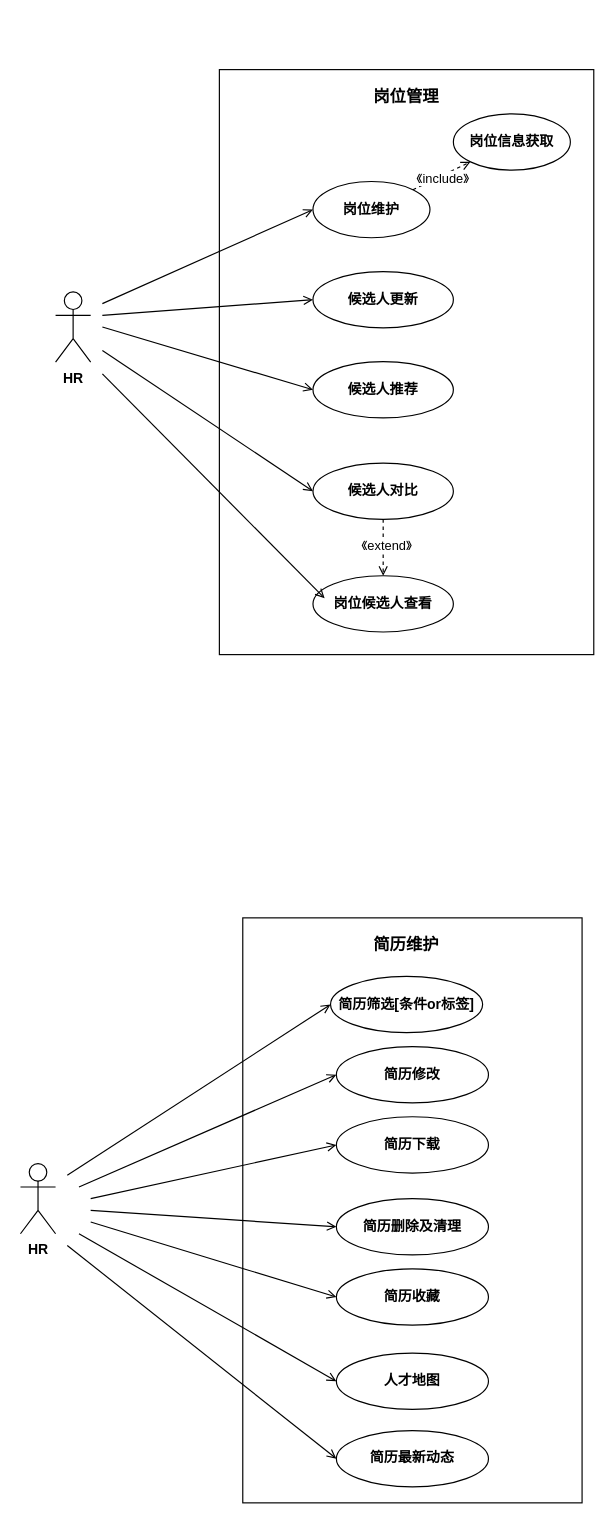
Earlier version of the draw.io diagram page "第 1 页" (1 of 7) of 毕设用例图.drawio (beyondgogogo/Graph). Source tidied: cells renumbered, new cells numbered last; positions are measured from the earlier drawing's top-left corner, leaving out a move shared by most shapes. Both pictures are drawn from the tidied source at 117%, with x=0, y=0 at pixel (20, 46).
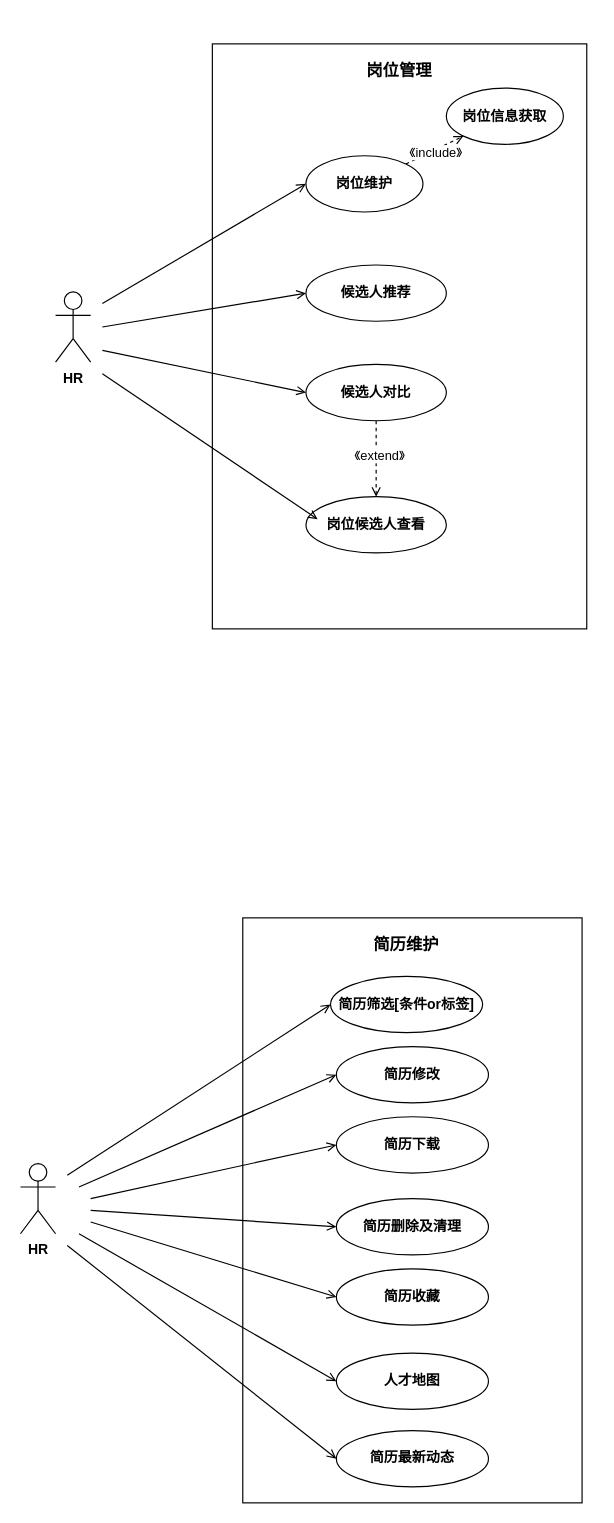
After the change.

Diff of the diagram source:
```diff
@@
     <mxCell id="20" style="group;" parent="1" vertex="1">
-      <mxGeometry x="170" width="320" height="520" as="geometry" />
+      <mxGeometry x="164" y="-22" width="320" height="520" as="geometry" />
     </mxCell>
@@
-    <mxCell id="26" value="&lt;b&gt;候选人更新&lt;/b&gt;" style="ellipse;whiteSpace=wrap;html=1;" parent="20" vertex="1">
-      <mxGeometry x="80" y="192.6" width="120" height="48.1" as="geometry" />
-    </mxCell>
     <mxCell id="27" value="&lt;b&gt;候选人推荐&lt;/b&gt;" style="ellipse;whiteSpace=wrap;html=1;" parent="20" vertex="1">
-      <mxGeometry x="80" y="269.6" width="120" height="48.1" as="geometry" />
+      <mxGeometry x="80" y="209" width="120" height="48.1" as="geometry" />
     </mxCell>
@@
     <mxCell id="30" value="&lt;b&gt;岗位候选人查看&lt;/b&gt;" style="ellipse;whiteSpace=wrap;html=1;" parent="20" vertex="1">
-      <mxGeometry x="80" y="452.6" width="120" height="48.1" as="geometry" />
+      <mxGeometry x="80" y="407" width="120" height="48.1" as="geometry" />
     </mxCell>
@@
     <mxCell id="32" value="&lt;b&gt;候选人对比&lt;/b&gt;" style="ellipse;whiteSpace=wrap;html=1;" parent="20" vertex="1">
-      <mxGeometry x="80" y="356.3" width="120" height="48.1" as="geometry" />
+      <mxGeometry x="80" y="294" width="120" height="48.1" as="geometry" />
     </mxCell>
@@
-    <mxCell id="34" style="edgeStyle=none;rounded=0;jettySize=auto;html=1;entryX=0;entryY=0.5;entryDx=0;entryDy=0;endArrow=open;endFill=0;" parent="1" edge="1" target="26">
-      <mxGeometry relative="1" as="geometry">
-        <mxPoint x="70" y="230" as="sourcePoint" />
-      </mxGeometry>
-    </mxCell>
```
